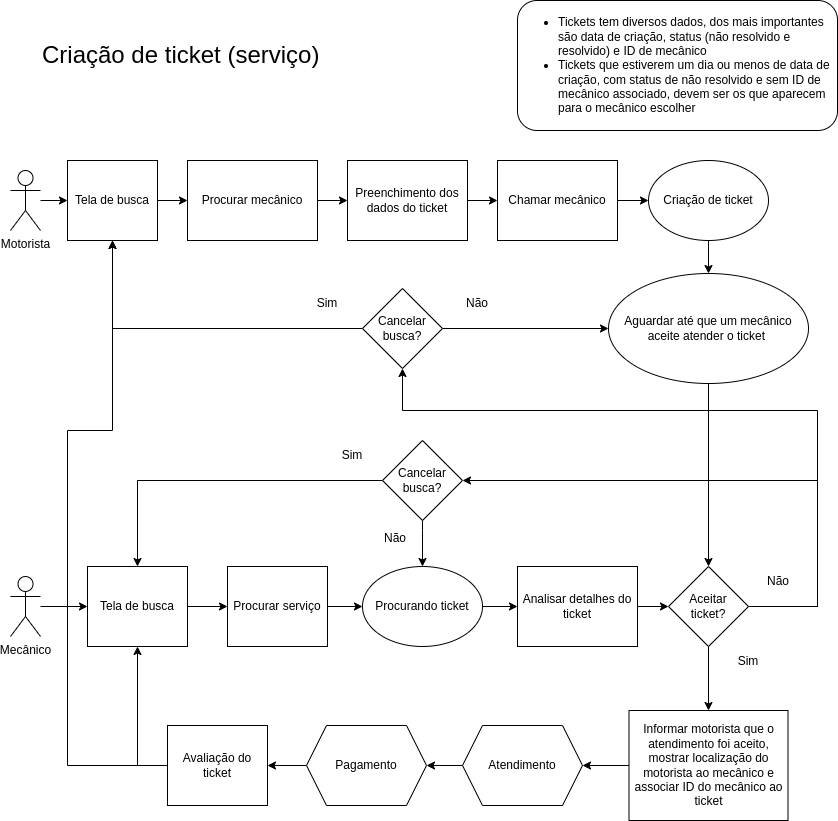
The draw.io diagram images/create-ticket-diagram.png in tech-warriors-corporation/mechanize-api, before a commit. Source tidied: cells renumbered, new cells last; positions are measured from the earlier drawing's top-left corner, leaving out a move shared by most shapes.
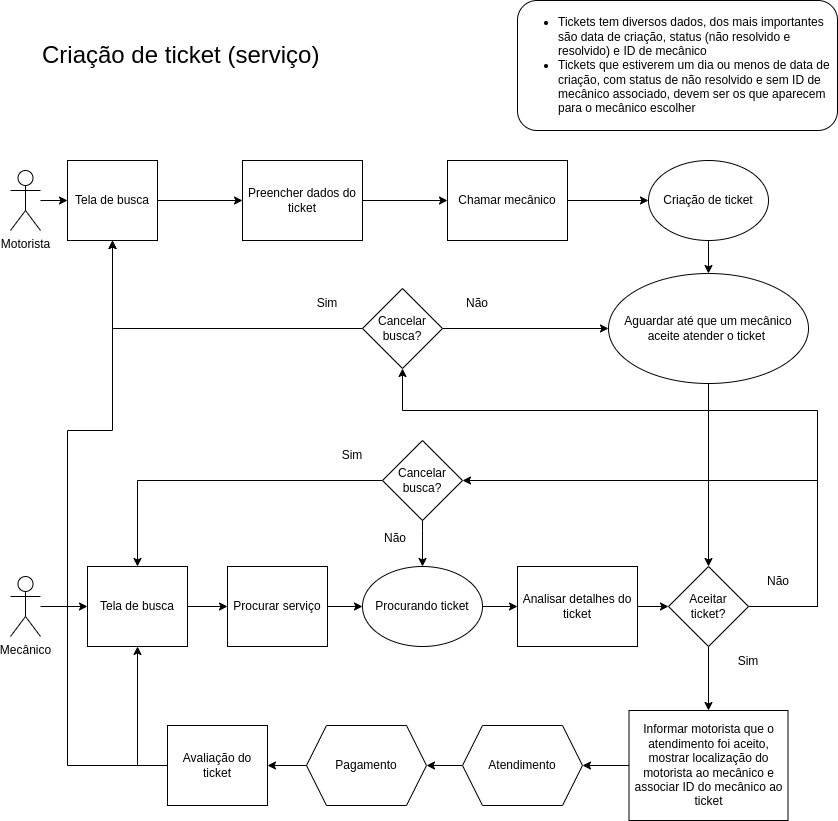
After the change.

Commit message:
docs: updated create ticket diagram image

Change to the diagram source:
```diff
@@ -11,23 +11,20 @@
     <mxCell id="4" value="Motorista" style="shape=umlActor;verticalLabelPosition=bottom;verticalAlign=top;html=1;outlineConnect=0;" parent="1" vertex="1">
       <mxGeometry y="170" width="30" height="60" as="geometry" />
     </mxCell>
-    <mxCell id="5" style="edgeStyle=orthogonalEdgeStyle;rounded=0;jettySize=auto;html=1;" parent="1" edge="1" source="6" target="8">
+    <mxCell id="5" style="edgeStyle=orthogonalEdgeStyle;rounded=0;jettySize=auto;html=1;exitX=1;exitY=0.5;exitDx=0;exitDy=0;" parent="1" edge="1" source="31" target="8">
       <mxGeometry relative="1" as="geometry" />
     </mxCell>
-    <mxCell id="6" value="Procurar mecânico" style="rounded=0;whiteSpace=wrap;html=1;" parent="1" vertex="1">
-      <mxGeometry x="177" y="160" width="130" height="80" as="geometry" />
-    </mxCell>
     <mxCell id="7" style="edgeStyle=orthogonalEdgeStyle;rounded=0;jettySize=auto;html=1;" parent="1" edge="1" source="8" target="10">
       <mxGeometry relative="1" as="geometry" />
     </mxCell>
-    <mxCell id="8" value="Preenchimento dos dados do ticket" style="rounded=0;whiteSpace=wrap;html=1;" parent="1" vertex="1">
-      <mxGeometry x="337" y="160" width="120" height="80" as="geometry" />
+    <mxCell id="8" value="Preencher dados do ticket" style="rounded=0;whiteSpace=wrap;html=1;" parent="1" vertex="1">
+      <mxGeometry x="232" y="160" width="120" height="80" as="geometry" />
     </mxCell>
     <mxCell id="9" style="edgeStyle=orthogonalEdgeStyle;rounded=0;jettySize=auto;html=1;" parent="1" edge="1" source="10" target="12">
       <mxGeometry relative="1" as="geometry" />
     </mxCell>
     <mxCell id="10" value="Chamar mecânico" style="rounded=0;whiteSpace=wrap;html=1;" parent="1" vertex="1">
-      <mxGeometry x="487" y="160" width="120" height="80" as="geometry" />
+      <mxGeometry x="437" y="160" width="120" height="80" as="geometry" />
     </mxCell>
     <mxCell id="11" style="edgeStyle=orthogonalEdgeStyle;rounded=0;jettySize=auto;html=1;" parent="1" edge="1" source="12" target="15">
       <mxGeometry relative="1" as="geometry" />
@@ -97,9 +94,6 @@
     <mxCell id="29" value="Analisar detalhes do ticket" style="rounded=0;whiteSpace=wrap;html=1;" parent="1" vertex="1">
       <mxGeometry x="507" y="566" width="120" height="80" as="geometry" />
     </mxCell>
-    <mxCell id="30" style="edgeStyle=orthogonalEdgeStyle;rounded=0;jettySize=auto;html=1;" parent="1" edge="1" source="31" target="6">
-      <mxGeometry relative="1" as="geometry" />
-    </mxCell>
     <mxCell id="31" value="Tela de busca" style="rounded=0;whiteSpace=wrap;html=1;" parent="1" vertex="1">
       <mxGeometry x="57" y="160" width="90" height="80" as="geometry" />
     </mxCell>
```
